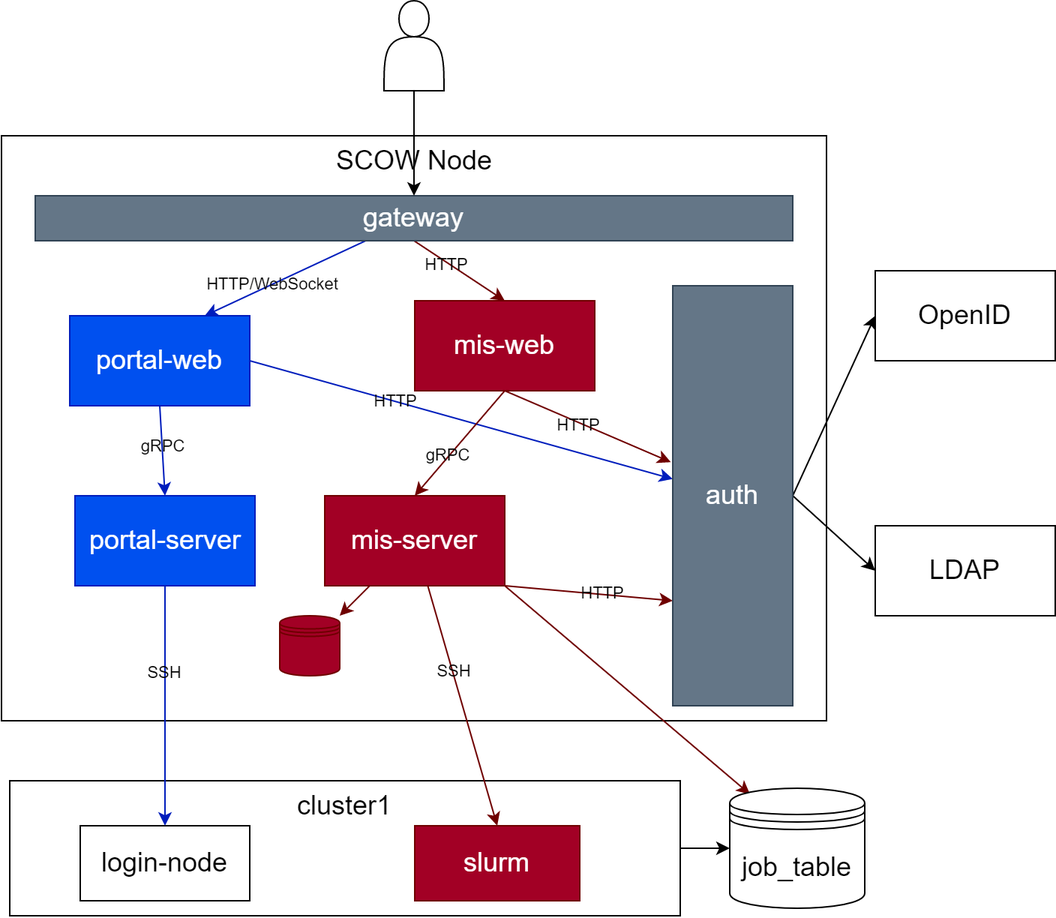
Before: docs/diagrams/architecture.png, a diagram exported from draw.io (PKUHPC/OpenSCOW). Source tidied: cells renumbered, new cells last; positions are measured from the earlier drawing's top-left corner, leaving out a move shared by most shapes.
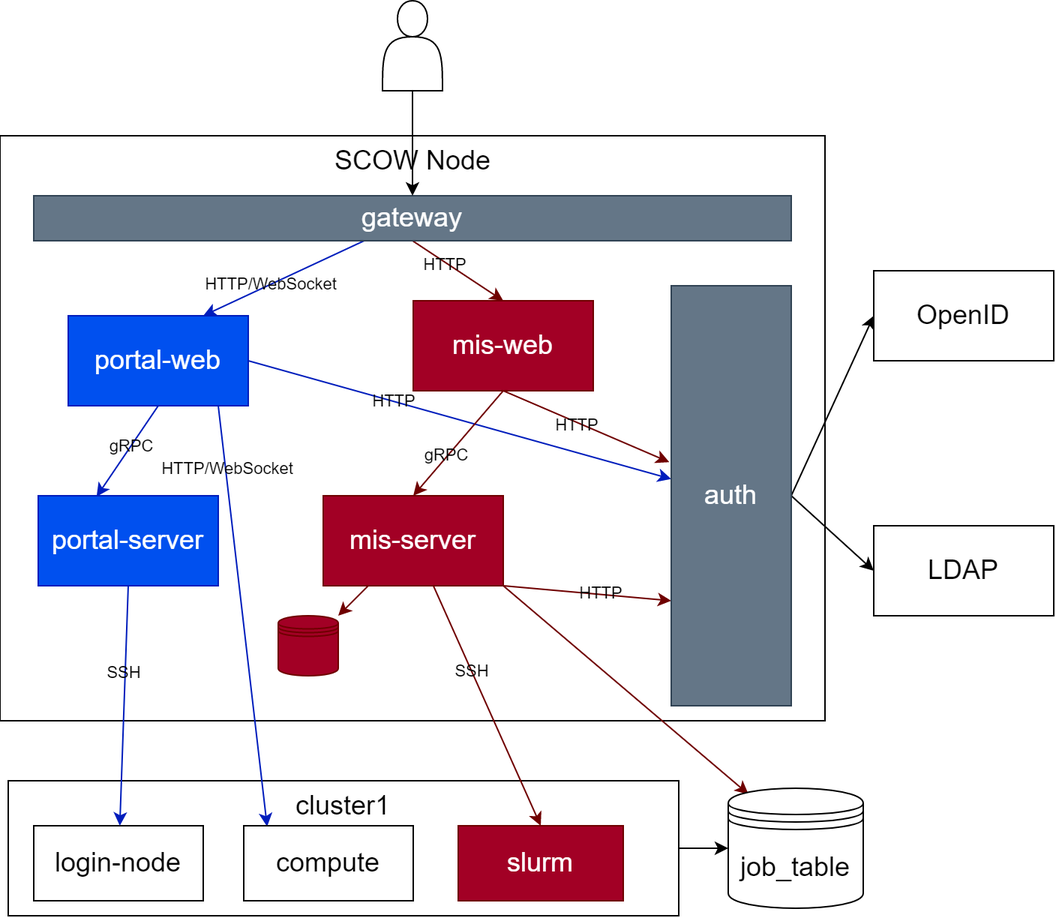
Later version of the same file.

Commit message:
docs: update architecture diagram

The edit, as a diff of the source:
```diff
@@ -41,12 +41,20 @@
     <mxCell id="14" value="HTTP" style="edgeLabel;html=1;align=center;verticalAlign=middle;labelBackgroundColor=none;" parent="13" vertex="1">
       <mxGeometry x="-0.31" relative="1" as="geometry" />
     </mxCell>
-    <mxCell id="15" style="edgeStyle=none;html=1;exitX=0.5;exitY=1;exitDx=0;exitDy=0;entryX=0.5;entryY=0;entryDx=0;entryDy=0;fontSize=18;fillColor=#0050ef;strokeColor=#001DBC;labelBackgroundColor=none;" parent="1" edge="1" source="17" target="40">
+    <mxCell id="15" style="edgeStyle=none;html=1;exitX=0.5;exitY=1;exitDx=0;exitDy=0;entryX=0.324;entryY=0.01;entryDx=0;entryDy=0;fontSize=18;fillColor=#0050ef;strokeColor=#001DBC;labelBackgroundColor=none;entryPerimeter=0;" parent="1" edge="1" source="17" target="40">
       <mxGeometry relative="1" as="geometry" />
     </mxCell>
     <mxCell id="16" value="gRPC" style="edgeLabel;html=1;align=center;verticalAlign=middle;labelBackgroundColor=none;" parent="15" vertex="1">
       <mxGeometry x="-0.11" relative="1" as="geometry" />
     </mxCell>
+    <mxCell id="41" style="edgeStyle=none;html=1;exitX=0.75;exitY=1;exitDx=0;exitDy=0;entryX=0.138;entryY=0.011;entryDx=0;entryDy=0;fillColor=#0050ef;strokeColor=#001DBC;entryPerimeter=0;" parent="1" edge="1" target="43">
+      <mxGeometry relative="1" as="geometry">
+        <mxPoint x="146" y="270" as="sourcePoint" />
+      </mxGeometry>
+    </mxCell>
+    <mxCell id="42" value="HTTP/WebSocket" style="edgeLabel;html=1;align=center;verticalAlign=middle;fontColor=default;labelBackgroundColor=none;" parent="41" vertex="1">
+      <mxGeometry x="-0.7" y="1" relative="1" as="geometry" />
+    </mxCell>
     <mxCell id="17" value="portal-web" style="whiteSpace=wrap;html=1;fontSize=18;fillColor=#0050ef;fontColor=#ffffff;strokeColor=#001DBC;labelBackgroundColor=none;" parent="1" vertex="1">
       <mxGeometry x="46" y="210" width="120" height="60" as="geometry" />
     </mxCell>
@@ -99,7 +107,7 @@
       <mxGeometry x="186" y="410" width="40" height="40" as="geometry" />
     </mxCell>
     <mxCell id="34" value="slurm" style="rounded=0;whiteSpace=wrap;html=1;fontSize=18;fillColor=#a20025;fontColor=#ffffff;strokeColor=#6F0000;labelBackgroundColor=none;" parent="1" vertex="1">
-      <mxGeometry x="276" y="550" width="110" height="50" as="geometry" />
+      <mxGeometry x="306" y="550" width="110" height="50" as="geometry" />
     </mxCell>
     <mxCell id="35" style="edgeStyle=none;html=1;fontSize=18;entryX=0.5;entryY=0;entryDx=0;entryDy=0;fillColor=#a20025;strokeColor=#6F0000;labelBackgroundColor=none;" parent="1" edge="1" source="21" target="34">
       <mxGeometry relative="1" as="geometry" />
@@ -108,7 +116,7 @@
       <mxGeometry x="-0.29" relative="1" as="geometry" />
     </mxCell>
     <mxCell id="37" value="login-node" style="rounded=0;whiteSpace=wrap;html=1;fontSize=18;labelBackgroundColor=none;" parent="1" vertex="1">
-      <mxGeometry x="53" y="550" width="113" height="50" as="geometry" />
+      <mxGeometry x="23" y="550" width="113" height="50" as="geometry" />
     </mxCell>
     <mxCell id="38" style="edgeStyle=none;html=1;exitX=0.5;exitY=1;exitDx=0;exitDy=0;fillColor=#0050ef;strokeColor=#001DBC;" parent="1" edge="1" source="40" target="37">
       <mxGeometry relative="1" as="geometry" />
@@ -117,7 +125,10 @@
       <mxGeometry x="-0.27" y="-1" relative="1" as="geometry" />
     </mxCell>
     <mxCell id="40" value="portal-server" style="whiteSpace=wrap;html=1;fontSize=18;fillColor=#0050ef;fontColor=#ffffff;strokeColor=#001DBC;labelBackgroundColor=none;" parent="1" vertex="1">
-      <mxGeometry x="49.5" y="330" width="120" height="60" as="geometry" />
+      <mxGeometry x="26" y="330" width="120" height="60" as="geometry" />
     </mxCell>
+    <mxCell id="43" value="compute" style="rounded=0;whiteSpace=wrap;html=1;fontSize=18;labelBackgroundColor=none;" parent="1" vertex="1">
+      <mxGeometry x="163" y="550" width="113" height="50" as="geometry" />
+    </mxCell>
   </root>
 </mxGraphModel>
```
